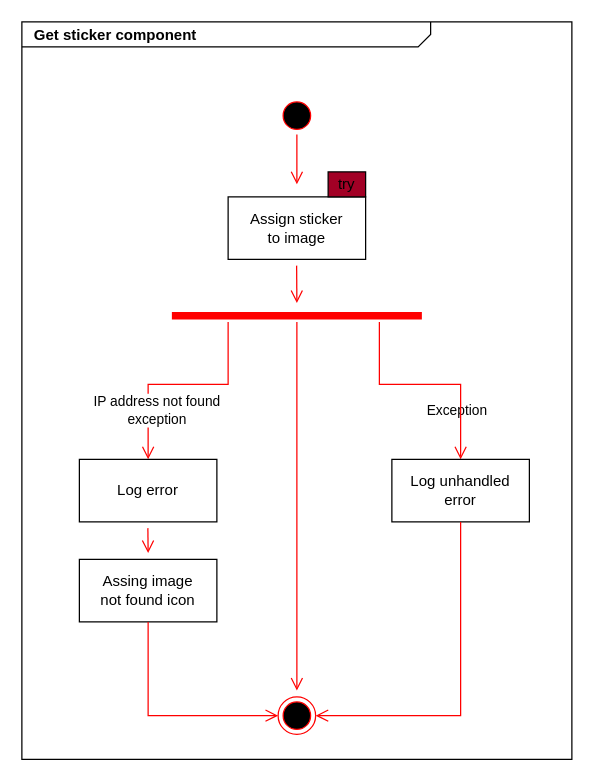
Above: documentation/UI/Components/Menu/ObservableRobots/GetSticker.drawio in xalpol12/kuka-ar (draw.io), before the change. Source tidied: cells renumbered, new cells numbered last; positions are measured from the earlier drawing's top-left corner, leaving out a move shared by most shapes. Both pictures are drawn from the tidied source at 125%, with x=0, y=0 at pixel (21, 21).
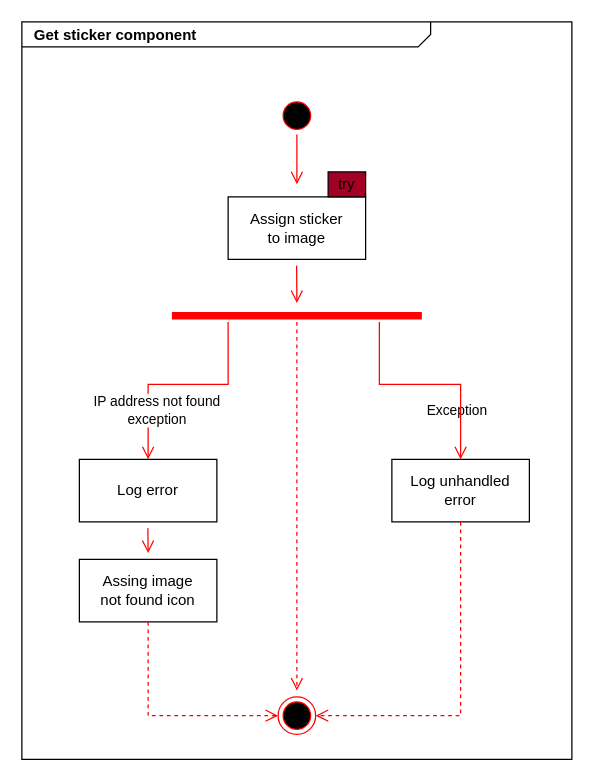
Above is the later version.

The change refers to these unchanged cells:
```xml
<mxCell id="6" style="shape=line;html=1;strokeWidth=6;strokeColor=#ff0000;" parent="1" vertex="1">
  <mxGeometry x="120" y="230" width="200" height="10" as="geometry" />
</mxCell>
<mxCell id="8" style="ellipse;html=1;shape=endState;fillColor=#000000;strokeColor=#ff0000;" parent="1" vertex="1">
  <mxGeometry x="205" y="540" width="30" height="30" as="geometry" />
</mxCell>
<mxCell id="14" value="Log unhandled&lt;br&gt;error" style="html=1;whiteSpace=wrap;" parent="1" vertex="1">
  <mxGeometry x="296" y="350" width="110" height="50" as="geometry" />
</mxCell>
<mxCell id="15" value="Assing image&lt;br&gt;not found icon" style="html=1;whiteSpace=wrap;" parent="1" vertex="1">
  <mxGeometry x="46" y="430" width="110" height="50" as="geometry" />
</mxCell>
```

Diff of the diagram source:
```diff
@@
-    <mxCell id="7" style="edgeStyle=orthogonalEdgeStyle;html=1;verticalAlign=bottom;endArrow=open;endSize=8;strokeColor=#ff0000;rounded=0;" parent="1" edge="1" source="6">
+    <mxCell id="7" style="edgeStyle=orthogonalEdgeStyle;html=1;verticalAlign=bottom;endArrow=open;endSize=8;strokeColor=#ff0000;rounded=0;dashed=1;" parent="1" edge="1" source="6">
       <mxGeometry relative="1" as="geometry">
         <mxPoint x="220" y="535" as="targetPoint" />
       </mxGeometry>
     </mxCell>
@@
-    <mxCell id="16" style="edgeStyle=orthogonalEdgeStyle;html=1;verticalAlign=bottom;endArrow=open;endSize=8;strokeColor=#ff0000;rounded=0;exitX=0.5;exitY=1;exitDx=0;exitDy=0;entryX=1;entryY=0.5;entryDx=0;entryDy=0;" parent="1" edge="1" source="14" target="8">
+    <mxCell id="16" style="edgeStyle=orthogonalEdgeStyle;html=1;verticalAlign=bottom;endArrow=open;endSize=8;strokeColor=#ff0000;rounded=0;exitX=0.5;exitY=1;exitDx=0;exitDy=0;entryX=1;entryY=0.5;entryDx=0;entryDy=0;dashed=1;" parent="1" edge="1" source="14" target="8">
       <mxGeometry relative="1" as="geometry" />
     </mxCell>
@@
-    <mxCell id="18" style="html=1;verticalAlign=bottom;endArrow=open;endSize=8;strokeColor=#ff0000;rounded=0;exitX=0.5;exitY=1;exitDx=0;exitDy=0;edgeStyle=orthogonalEdgeStyle;entryX=0;entryY=0.5;entryDx=0;entryDy=0;" parent="1" edge="1" source="15" target="8">
+    <mxCell id="18" style="html=1;verticalAlign=bottom;endArrow=open;endSize=8;strokeColor=#ff0000;rounded=0;exitX=0.5;exitY=1;exitDx=0;exitDy=0;edgeStyle=orthogonalEdgeStyle;entryX=0;entryY=0.5;entryDx=0;entryDy=0;dashed=1;" parent="1" edge="1" source="15" target="8">
       <mxGeometry relative="1" as="geometry" />
     </mxCell>
```
